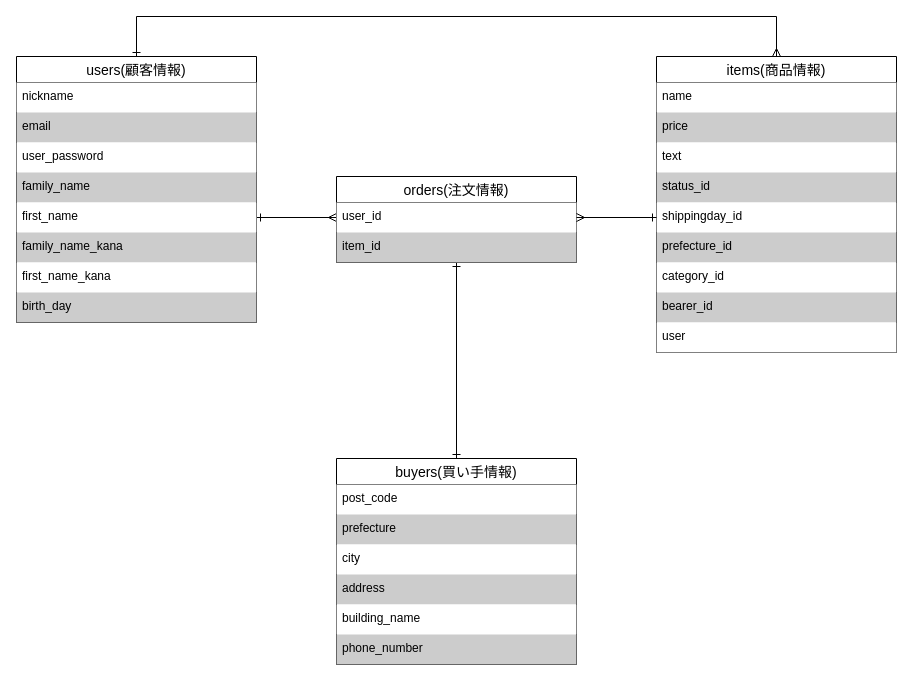
The draw.io diagram app/views/ER.dio in WATARU-IT/furima-31504, before the edit. Source tidied: cells renumbered, new cells numbered last; positions are measured from the earlier drawing's top-left corner, leaving out a move shared by most shapes. Both pictures are drawn from the tidied source at 100%, with x=0, y=0 at pixel (16, 16).
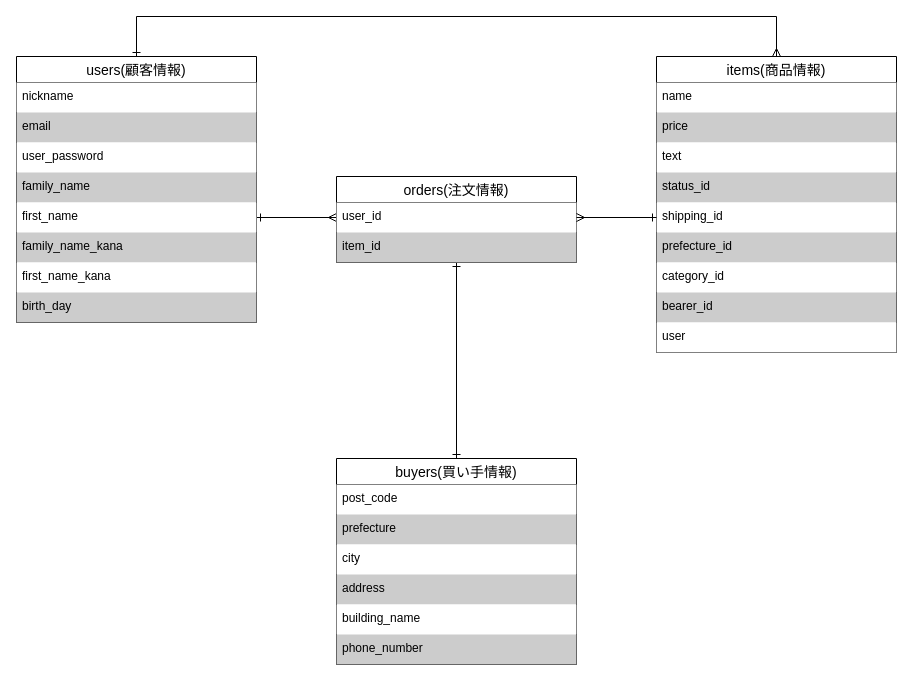
Above is the later version.

The change refers to these unchanged cells:
```xml
<mxCell id="21" value="items(商品情報)" style="swimlane;fontStyle=0;horizontal=1;startSize=26;align=center;fontSize=14;rounded=0;gradientColor=none;fillColor=#FFFFFF;strokeColor=#000000;fontColor=#000000;" parent="1" vertex="1">
  <mxGeometry x="640" y="40" width="240" height="296" as="geometry" />
</mxCell>
```

Diff of the diagram source:
```diff
@@
-    <mxCell id="26" value="shippingday_id" style="text;strokeColor=none;spacingLeft=4;spacingRight=4;overflow=hidden;fontSize=12;fontColor=#000000;fillColor=#FFFFFF;" parent="21" vertex="1">
+    <mxCell id="26" value="shipping_id" style="text;strokeColor=none;spacingLeft=4;spacingRight=4;overflow=hidden;fontSize=12;fontColor=#000000;fillColor=#FFFFFF;" parent="21" vertex="1">
       <mxGeometry y="146" width="240" height="30" as="geometry" />
     </mxCell>
```
